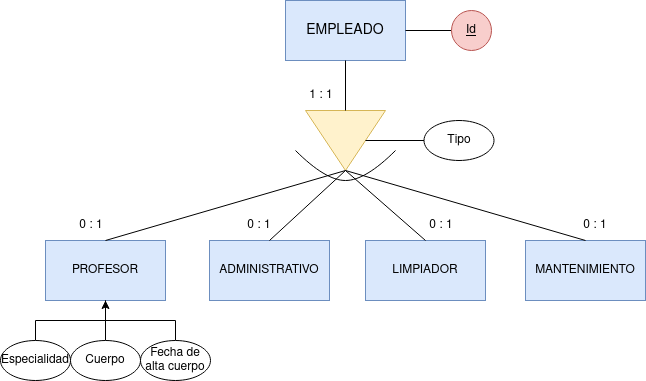
This is Unidad-2/Tareas/Tarea-8/images/Tarea_8.png from IsaiasTolP/Base-Datos, a draw.io export, as it was before one commit. Source tidied: cells renumbered, new cells last; positions are measured from the earlier drawing's top-left corner, leaving out a move shared by most shapes.
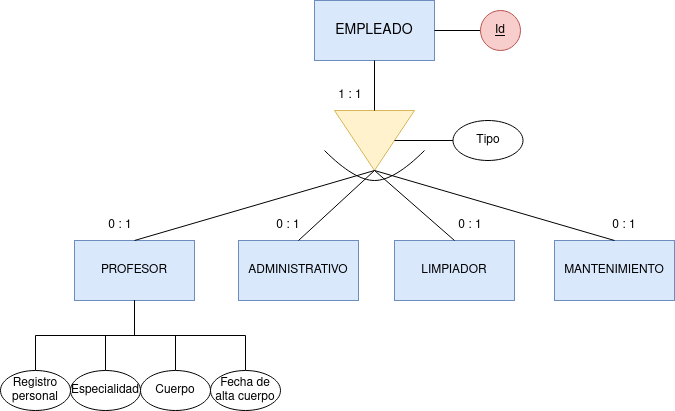
After the change.

Change to the diagram source:
```diff
@@ -39,19 +39,19 @@
       <mxGeometry relative="1" as="geometry" />
     </mxCell>
     <mxCell id="14" value="Especialidad" style="ellipse;whiteSpace=wrap;html=1;" parent="1" vertex="1">
-      <mxGeometry y="340" width="70" height="40" as="geometry" />
+      <mxGeometry x="41" y="370" width="70" height="40" as="geometry" />
     </mxCell>
     <mxCell id="15" style="edgeStyle=orthogonalEdgeStyle;rounded=0;jettySize=auto;html=1;exitX=0.5;exitY=0;exitDx=0;exitDy=0;entryX=0.5;entryY=1;entryDx=0;entryDy=0;endArrow=none;endFill=0;" parent="1" edge="1" source="16" target="4">
       <mxGeometry relative="1" as="geometry" />
     </mxCell>
     <mxCell id="16" value="Cuerpo" style="ellipse;whiteSpace=wrap;html=1;" parent="1" vertex="1">
-      <mxGeometry x="70" y="340" width="70" height="40" as="geometry" />
+      <mxGeometry x="111" y="370" width="70" height="40" as="geometry" />
     </mxCell>
-    <mxCell id="17" style="edgeStyle=orthogonalEdgeStyle;rounded=0;jettySize=auto;html=1;exitX=0.5;exitY=0;exitDx=0;exitDy=0;entryX=0.5;entryY=1;entryDx=0;entryDy=0;" parent="1" edge="1" source="18" target="4">
+    <mxCell id="17" style="edgeStyle=orthogonalEdgeStyle;rounded=0;jettySize=auto;html=1;exitX=0.5;exitY=0;exitDx=0;exitDy=0;entryX=0.5;entryY=1;entryDx=0;entryDy=0;endArrow=none;endFill=0;" parent="1" edge="1" source="18" target="4">
       <mxGeometry relative="1" as="geometry" />
     </mxCell>
     <mxCell id="18" value="Fecha de alta cuerpo" style="ellipse;whiteSpace=wrap;html=1;" parent="1" vertex="1">
-      <mxGeometry x="140" y="340" width="70" height="40" as="geometry" />
+      <mxGeometry x="181" y="370" width="70" height="40" as="geometry" />
     </mxCell>
     <mxCell id="19" style="curved=1;endArrow=none;html=1;rounded=0;endFill=0;" parent="1" edge="1">
       <mxGeometry relative="1" as="geometry">
@@ -90,5 +90,11 @@
     <mxCell id="28" value="Tipo" style="ellipse;whiteSpace=wrap;html=1;" parent="1" vertex="1">
       <mxGeometry x="423.5" y="120" width="70" height="40" as="geometry" />
     </mxCell>
+    <mxCell id="29" style="edgeStyle=orthogonalEdgeStyle;rounded=0;jettySize=auto;html=1;exitX=0.5;exitY=0;exitDx=0;exitDy=0;entryX=0.5;entryY=1;entryDx=0;entryDy=0;endArrow=none;endFill=0;" parent="1" edge="1" source="30" target="4">
+      <mxGeometry relative="1" as="geometry" />
+    </mxCell>
+    <mxCell id="30" value="Registro&lt;br&gt;personal" style="ellipse;whiteSpace=wrap;html=1;" parent="1" vertex="1">
+      <mxGeometry x="-29" y="370" width="70" height="40" as="geometry" />
+    </mxCell>
   </root>
 </mxGraphModel>
```
